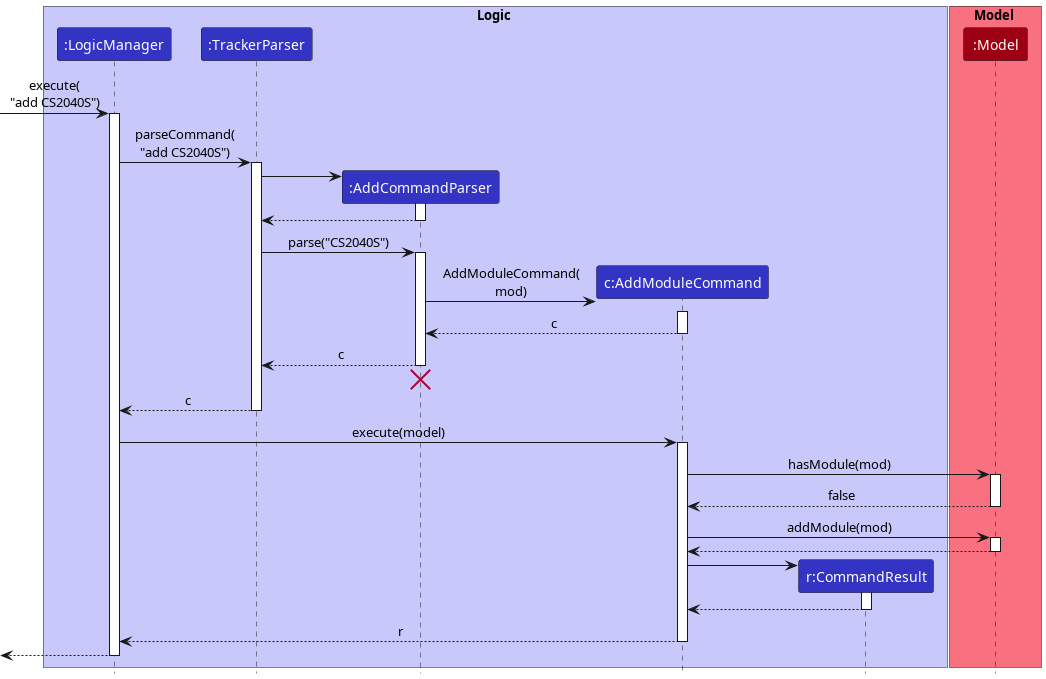
nus-cs2103-AY2223S2/tp keeps this PlantUML diagram as docs/images/AddSequenceDiagram.png. Above is the earlier version.
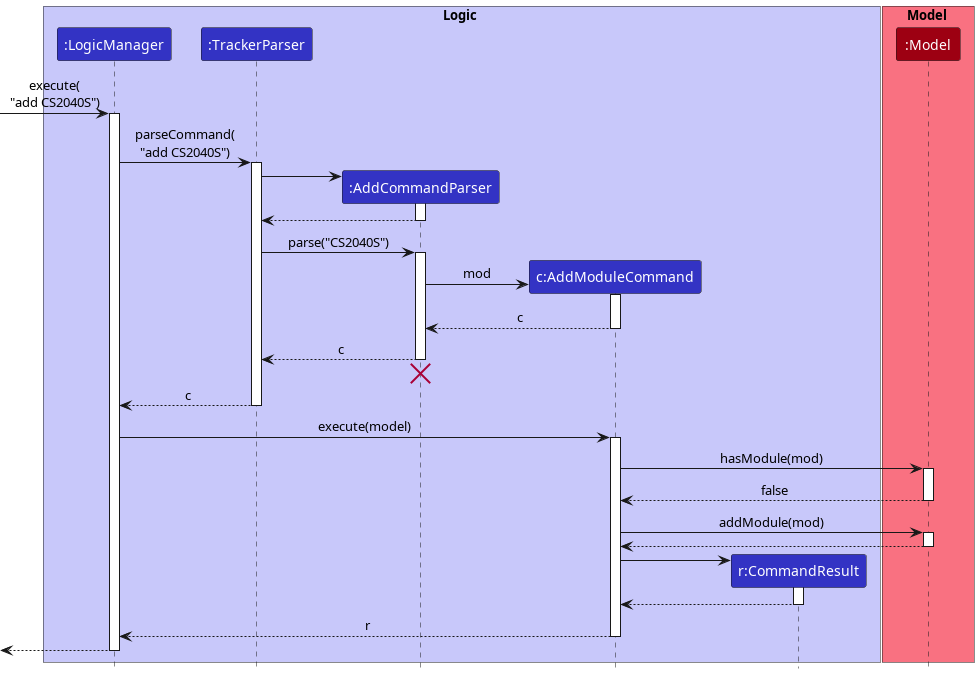
Above is the later version.

Commit message:
Fix add and edit sequence diagrams activation bar gap at constructor

Diff of the diagram source:
```diff
@@ -99,7 +99,7 @@
 activate AddCommandParser
 
 create AddModuleCommand
-AddCommandParser -> AddModuleCommand : AddModuleCommand(\nmod)
+AddCommandParser -> AddModuleCommand : mod
 activate AddModuleCommand
 
 AddModuleCommand --> AddCommandParser : c
```
